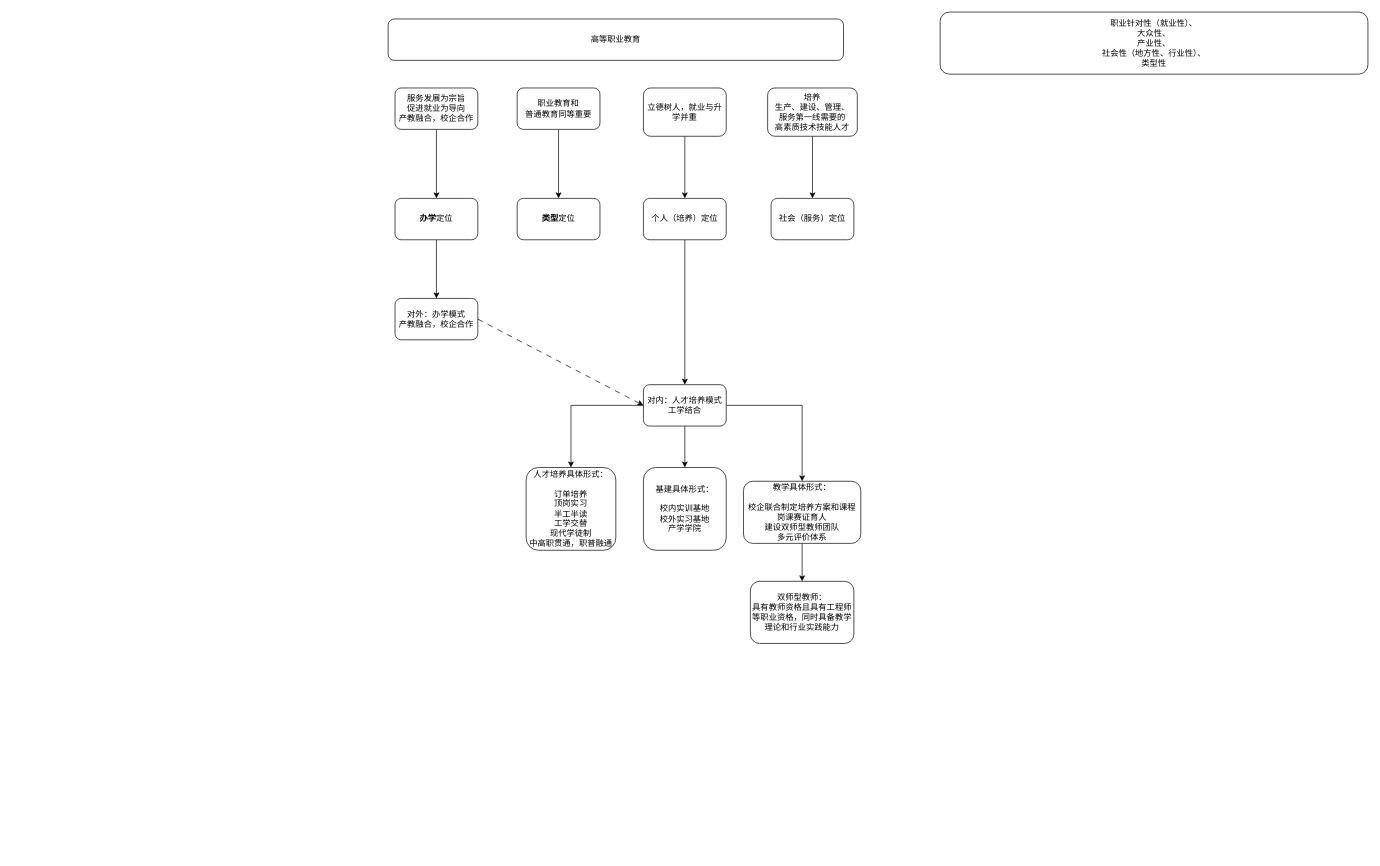
Above: gdzyll.drawio in junpfeng/GKGB (draw.io), before the change. Source tidied: cells renumbered, new cells numbered last; positions are measured from the earlier drawing's top-left corner, leaving out a move shared by most shapes. Both pictures are drawn from the tidied source at 69%, with x=0, y=0 at pixel (388, 12).
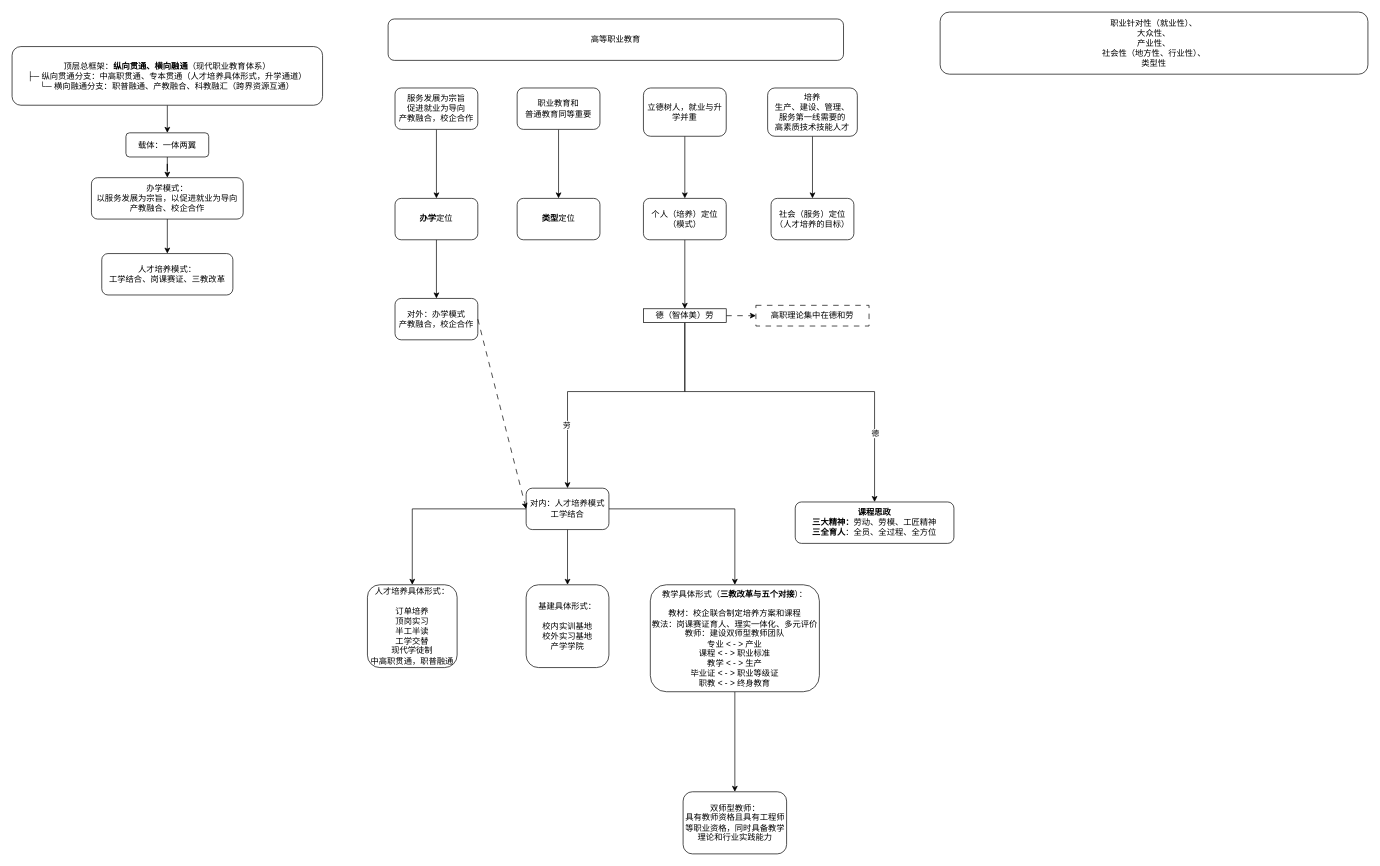
Above is the later version.

The edit, as a diff of the source:
```diff
@@
-    <mxCell id="14" style="edgeStyle=orthogonalEdgeStyle;rounded=0;jettySize=auto;html=1;" parent="1" edge="1" source="15" target="22">
-      <mxGeometry relative="1" as="geometry" />
+    <mxCell id="14" style="edgeStyle=orthogonalEdgeStyle;rounded=0;jettySize=auto;html=1;exitX=0.5;exitY=1;exitDx=0;exitDy=0;" parent="1" edge="1" source="34" target="22">
+      <mxGeometry relative="1" as="geometry">
+        <Array as="points">
+          <mxPoint x="430" y="550" />
+          <mxPoint x="260" y="550" />
+        </Array>
+      </mxGeometry>
     </mxCell>
+    <mxCell id="29" value="劳" style="edgeLabel;html=1;align=center;verticalAlign=middle;" parent="14" vertex="1">
+      <mxGeometry x="0.55" y="-2" relative="1" as="geometry" />
+    </mxCell>
+    <mxCell id="30" style="edgeStyle=orthogonalEdgeStyle;rounded=0;jettySize=auto;html=1;entryX=0.5;entryY=0;entryDx=0;entryDy=0;" parent="1" edge="1" source="15" target="34">
+      <mxGeometry relative="1" as="geometry" />
+    </mxCell>
-    <mxCell id="15" value="个人（培养）定位" style="rounded=1;whiteSpace=wrap;html=1;" parent="1" vertex="1">
+    <mxCell id="15" value="个人（培养）定位（模式）" style="rounded=1;whiteSpace=wrap;html=1;" parent="1" vertex="1">
       <mxGeometry x="370" y="270" width="120" height="60" as="geometry" />
     </mxCell>
@@
-    <mxCell id="18" value="社会（服务）定位" style="rounded=1;whiteSpace=wrap;html=1;" parent="1" vertex="1">
+    <mxCell id="18" value="社会（服务）定位&lt;div&gt;（人才培养的目标）&lt;/div&gt;" style="rounded=1;whiteSpace=wrap;html=1;" parent="1" vertex="1">
       <mxGeometry x="555" y="270" width="120" height="60" as="geometry" />
     </mxCell>
@@
     <mxCell id="22" value="对内：人才培养模式&lt;div&gt;工学结合&lt;/div&gt;" style="rounded=1;whiteSpace=wrap;html=1;" parent="1" vertex="1">
-      <mxGeometry x="370" y="540" width="120" height="60" as="geometry" />
+      <mxGeometry x="200" y="690" width="120" height="60" as="geometry" />
     </mxCell>
     <mxCell id="23" value="人才培养具体形式：&lt;div&gt;&lt;br&gt;&lt;div&gt;订单培养&lt;/div&gt;&lt;div&gt;顶岗实习&lt;/div&gt;&lt;div&gt;半工半读&lt;/div&gt;&lt;div&gt;工学交替&lt;/div&gt;&lt;div&gt;现代学徒制&lt;/div&gt;&lt;/div&gt;&lt;div&gt;中高职贯通，职普融通&lt;/div&gt;" style="rounded=1;whiteSpace=wrap;html=1;" parent="1" vertex="1">
-      <mxGeometry x="200" y="660" width="130" height="120" as="geometry" />
+      <mxGeometry x="-30" y="830" width="130" height="120" as="geometry" />
     </mxCell>
     <mxCell id="24" value="基建具体形式：&lt;div&gt;&lt;br&gt;&lt;div&gt;校内实训基地&lt;/div&gt;&lt;div&gt;校外实习基地&lt;/div&gt;&lt;div&gt;产学学院&lt;/div&gt;&lt;/div&gt;" style="rounded=1;whiteSpace=wrap;html=1;" parent="1" vertex="1">
-      <mxGeometry x="370" y="660" width="120" height="120" as="geometry" />
+      <mxGeometry x="200" y="830" width="120" height="120" as="geometry" />
     </mxCell>
@@
-    <mxCell id="26" value="教学具体形式：&lt;div&gt;&lt;br&gt;&lt;div&gt;校企联合制定培养方案和课程&lt;/div&gt;&lt;div&gt;岗课赛证育人&lt;/div&gt;&lt;div&gt;建设双师型教师团队&lt;/div&gt;&lt;/div&gt;&lt;div&gt;多元评价体系&lt;/div&gt;" style="rounded=1;whiteSpace=wrap;html=1;" parent="1" vertex="1">
-      <mxGeometry x="515" y="680" width="170" height="90" as="geometry" />
+    <mxCell id="26" value="教学具体形式（&lt;b&gt;三教改革与五个对接&lt;/b&gt;）：&lt;div&gt;&lt;br&gt;&lt;div&gt;教材：校企联合制定培养方案和课程&lt;/div&gt;&lt;div&gt;教法：岗课赛证育人、理实一体化、多元评价&lt;/div&gt;&lt;div&gt;教师：建设双师型教师团队&lt;/div&gt;&lt;/div&gt;&lt;div&gt;&lt;div&gt;专业 &amp;lt; - &amp;gt; 产业&lt;/div&gt;&lt;div&gt;课程 &amp;lt; - &amp;gt; 职业标准&lt;/div&gt;&lt;div&gt;教学 &amp;lt; - &amp;gt; 生产&lt;/div&gt;&lt;div&gt;毕业证 &amp;lt; - &amp;gt; 职业等级证&lt;/div&gt;&lt;div&gt;职教 &amp;lt; - &amp;gt; 终身教育&lt;/div&gt;&lt;/div&gt;" style="rounded=1;whiteSpace=wrap;html=1;" parent="1" vertex="1">
+      <mxGeometry x="380" y="830" width="245" height="155" as="geometry" />
     </mxCell>
     <mxCell id="27" value="双师型教师：&lt;div&gt;具有教师资格且具有工程师等职业资格，同时具备教学理论和行业实践能力&lt;/div&gt;" style="whiteSpace=wrap;html=1;rounded=1;" parent="1" vertex="1">
-      <mxGeometry x="525" y="825" width="150" height="90" as="geometry" />
+      <mxGeometry x="427.5" y="1130" width="150" height="90" as="geometry" />
     </mxCell>
@@
+    <mxCell id="31" style="edgeStyle=orthogonalEdgeStyle;rounded=0;jettySize=auto;html=1;entryX=0.5;entryY=0;entryDx=0;entryDy=0;" parent="1" edge="1" source="34" target="35">
+      <mxGeometry relative="1" as="geometry">
+        <Array as="points">
+          <mxPoint x="430" y="550" />
+          <mxPoint x="705" y="550" />
+        </Array>
+      </mxGeometry>
+    </mxCell>
+    <mxCell id="32" value="德" style="edgeLabel;html=1;align=center;verticalAlign=middle;" parent="31" vertex="1">
+      <mxGeometry x="0.57" y="2" relative="1" as="geometry">
+        <mxPoint x="-2" y="15" as="offset" />
+      </mxGeometry>
+    </mxCell>
+    <mxCell id="33" style="edgeStyle=orthogonalEdgeStyle;rounded=0;jettySize=auto;html=1;dashed=1;dashPattern=8 8;" parent="1" edge="1" source="34" target="36">
+      <mxGeometry relative="1" as="geometry" />
+    </mxCell>
+    <mxCell id="34" value="德（智体美）劳" style="rounded=0;whiteSpace=wrap;html=1;" parent="1" vertex="1">
+      <mxGeometry x="370" y="430" width="120" height="20" as="geometry" />
+    </mxCell>
+    <mxCell id="35" value="&lt;b&gt;课程思政&lt;/b&gt;&lt;div&gt;&lt;b&gt;三大精神：&lt;/b&gt;劳动、劳模、工匠精神&lt;/div&gt;&lt;div&gt;&lt;b&gt;三全育人&lt;/b&gt;：全员、全过程、全方位&lt;/div&gt;" style="rounded=1;whiteSpace=wrap;html=1;" parent="1" vertex="1">
+      <mxGeometry x="590" y="710" width="230" height="60" as="geometry" />
+    </mxCell>
+    <mxCell id="36" value="高职理论集中在德和劳" style="whiteSpace=wrap;html=1;rounded=0;dashed=1;dashPattern=8 8;" parent="1" vertex="1">
+      <mxGeometry x="533" y="425" width="164" height="30" as="geometry" />
+    </mxCell>
+    <mxCell id="37" style="edgeStyle=orthogonalEdgeStyle;rounded=0;jettySize=auto;html=1;" parent="1" edge="1" source="38" target="40">
+      <mxGeometry relative="1" as="geometry" />
+    </mxCell>
+    <mxCell id="38" value="&lt;div&gt;&lt;span style=&quot;background-color: transparent; color: light-dark(rgb(0, 0, 0), rgb(255, 255, 255));&quot;&gt;顶层总框架：&lt;/span&gt;&lt;strong style=&quot;background-color: transparent; color: light-dark(rgb(0, 0, 0), rgb(255, 255, 255));&quot;&gt;纵向贯通、横向融通&lt;/strong&gt;&lt;span style=&quot;background-color: transparent; color: light-dark(rgb(0, 0, 0), rgb(255, 255, 255));&quot;&gt;（现代职业教育体系）&lt;/span&gt;&lt;/div&gt;&lt;div&gt;├─ 纵向贯通分支：中高职贯通、专本贯通（人才培养具体形式，升学通道）&lt;br&gt;└─ 横向融通分支：职普融通、产教融合、科教融汇（跨界资源互通）&lt;/div&gt;" style="rounded=1;whiteSpace=wrap;html=1;" parent="1" vertex="1">
+      <mxGeometry x="-545" y="50" width="450" height="85" as="geometry" />
+    </mxCell>
+    <mxCell id="39" style="edgeStyle=orthogonalEdgeStyle;rounded=0;jettySize=auto;html=1;" parent="1" edge="1" source="40" target="42">
+      <mxGeometry relative="1" as="geometry" />
+    </mxCell>
+    <mxCell id="40" value="&lt;div&gt;载体：&lt;span style=&quot;background-color: transparent; color: light-dark(rgb(0, 0, 0), rgb(255, 255, 255));&quot;&gt;一体两翼&lt;/span&gt;&lt;/div&gt;" style="whiteSpace=wrap;html=1;rounded=1;" parent="1" vertex="1">
+      <mxGeometry x="-380" y="175" width="120" height="35" as="geometry" />
+    </mxCell>
+    <mxCell id="41" style="edgeStyle=orthogonalEdgeStyle;rounded=0;jettySize=auto;html=1;" parent="1" edge="1" source="42" target="43">
+      <mxGeometry relative="1" as="geometry" />
+    </mxCell>
+    <mxCell id="42" value="办学模式：&lt;div&gt;以服务发展为宗旨，&lt;span style=&quot;background-color: transparent; color: light-dark(rgb(0, 0, 0), rgb(255, 255, 255));&quot;&gt;以促进就业为导向&lt;/span&gt;&lt;/div&gt;&lt;div&gt;产教融合、校企合作&lt;/div&gt;" style="whiteSpace=wrap;html=1;rounded=1;" parent="1" vertex="1">
+      <mxGeometry x="-430" y="240" width="220" height="60" as="geometry" />
+    </mxCell>
+    <mxCell id="43" value="人才培养模式：&lt;div&gt;工学结合、岗课赛证、三教改革&lt;/div&gt;" style="whiteSpace=wrap;html=1;rounded=1;" parent="1" vertex="1">
+      <mxGeometry x="-415" y="350" width="190" height="60" as="geometry" />
+    </mxCell>
```
